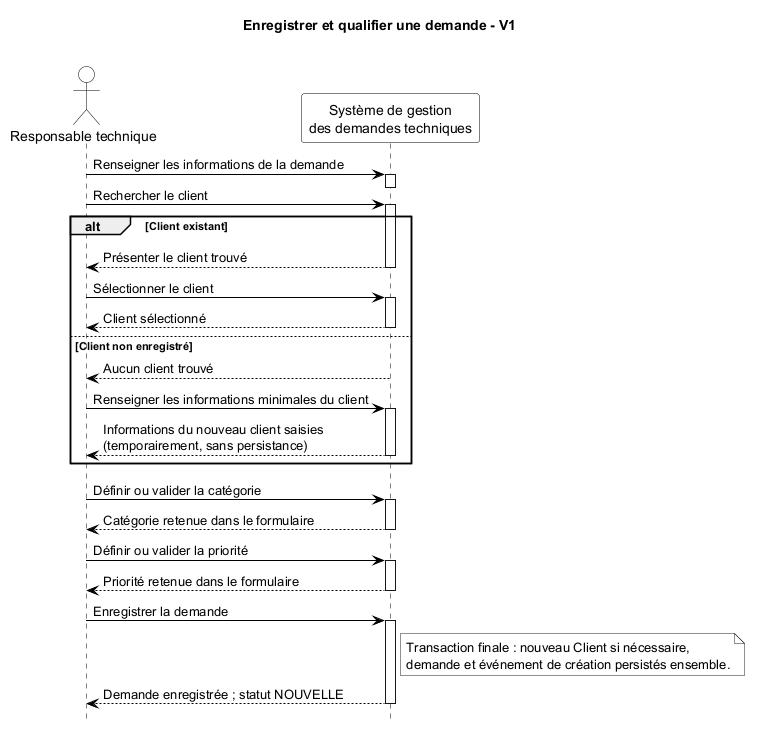
This is report/figures/uml/register-qualify-request-v1.png from akrouty/gestion-demandes-techniques, a PlantUML export, as it was before one commit.
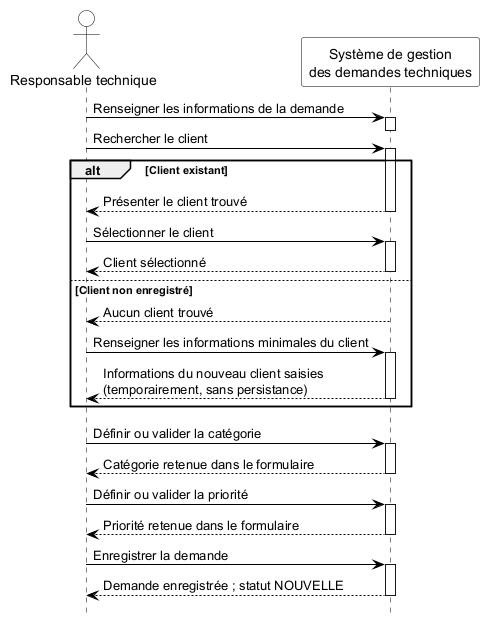
Above is the later version.

What changed in the source:
```diff
@@ -1,6 +1,5 @@
 @startuml
 
-title Enregistrer et qualifier une demande - V1\n
 
 hide footbox
 skinparam monochrome true
@@ -60,10 +59,6 @@
 
 RT -> SYSTEM : Enregistrer la demande
 activate SYSTEM
-note right of SYSTEM
-  Transaction finale : nouveau Client si nécessaire,
-  demande et événement de création persistés ensemble.
-end note
 SYSTEM --> RT : Demande enregistrée ; statut NOUVELLE
 deactivate SYSTEM
 
```
